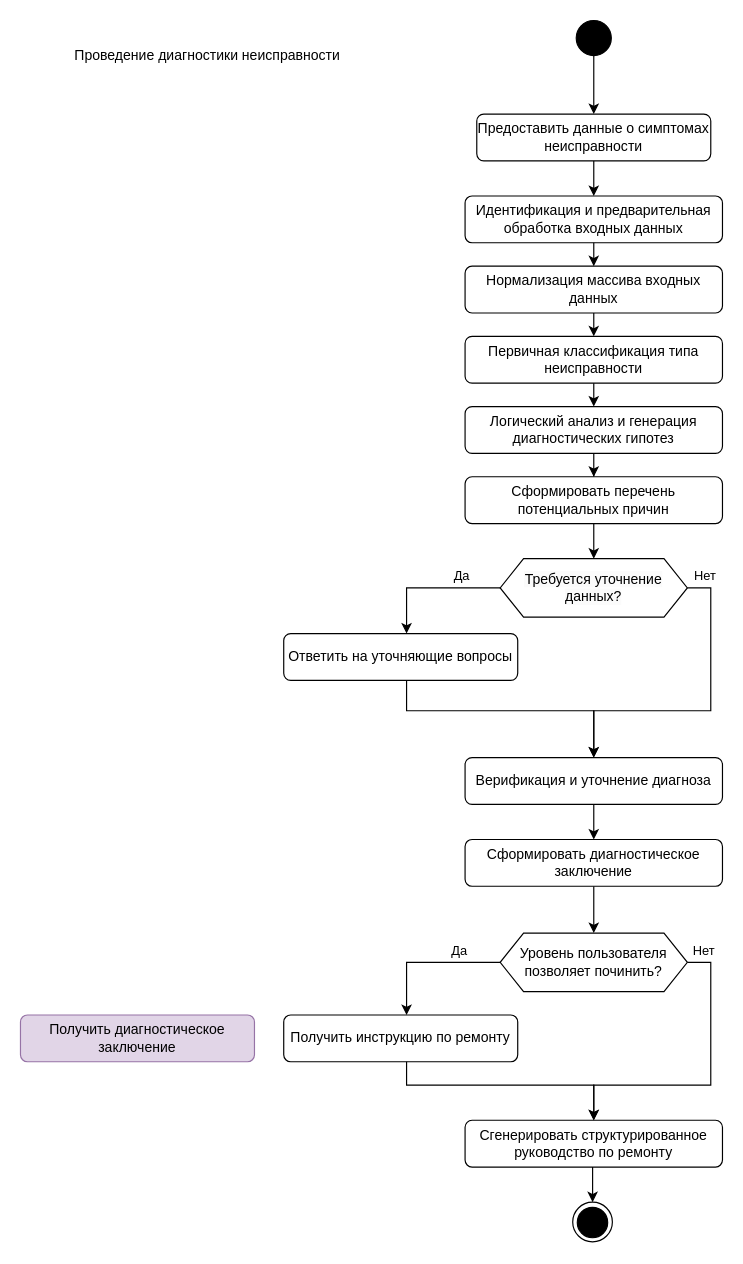
ArtemTis/system-engineering-playbook keeps this draw.io diagram as diagrams-codes/UML/activity/diagnostics_activity.drawio. Above is the earlier version. Source tidied: cells renumbered, new cells numbered last; positions are measured from the earlier drawing's top-left corner, leaving out a move shared by most shapes. Both pictures are drawn from the tidied source at 117%, with x=0, y=0 at pixel (20, 20).
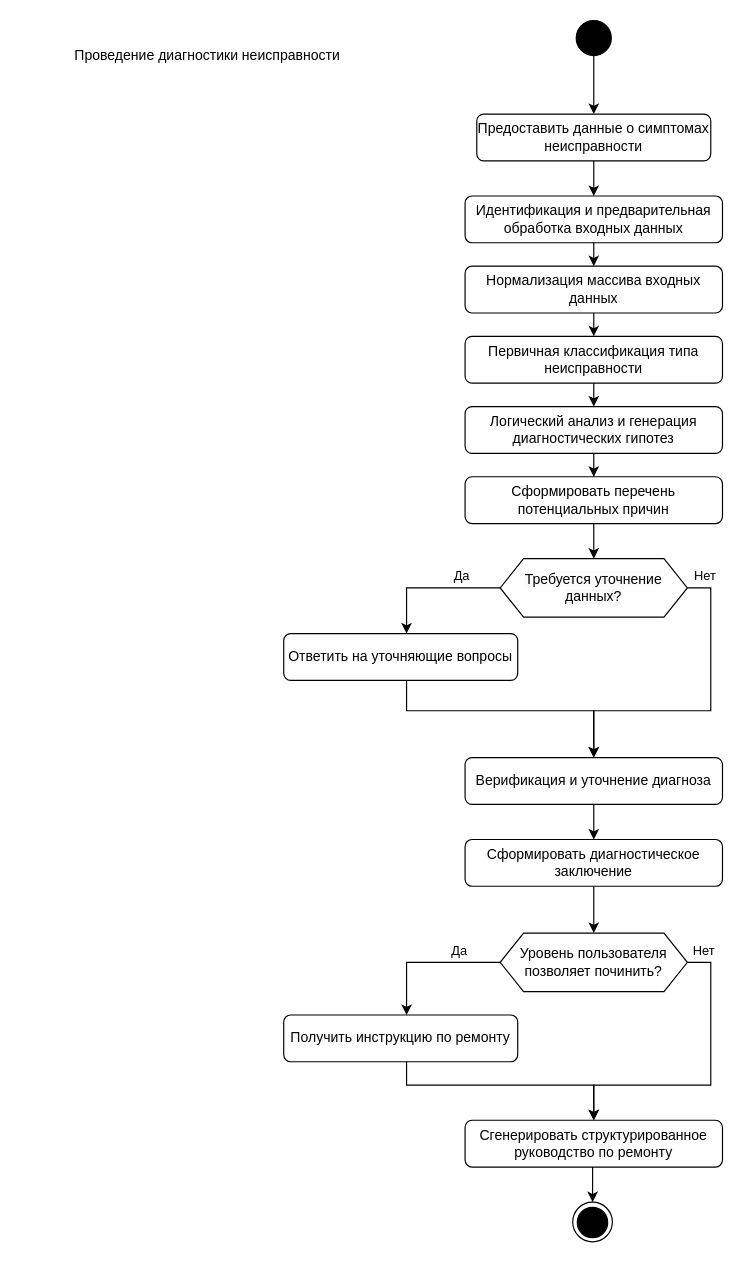
The same diagram, later.

The edit, as a diff of the source:
```diff
@@
-    <mxCell id="4" value="Получить диагностическое заключение" style="rounded=1;whiteSpace=wrap;html=1;fillColor=#e1d5e7;strokeColor=#9673a6;" parent="1" vertex="1">
-      <mxGeometry y="850" width="200" height="40" as="geometry" />
-    </mxCell>
```
